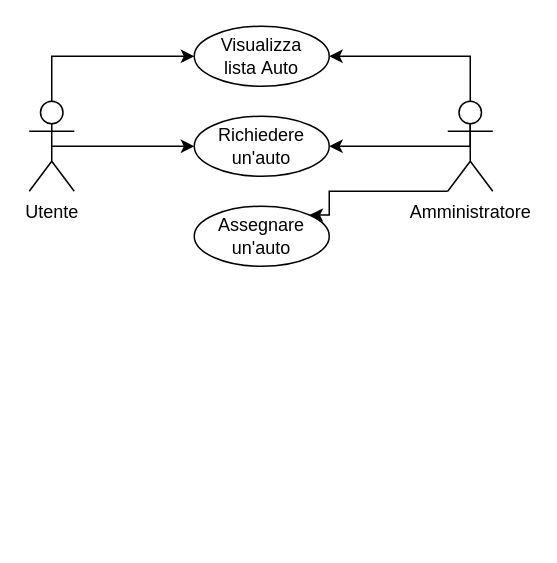
RealDoc06/GPOI_carSharing keeps this draw.io diagram as diagramma_uso.drawio. Above is the earlier version. Source tidied: cells renumbered, new cells numbered last; positions are measured from the earlier drawing's top-left corner, leaving out a move shared by most shapes. Both pictures are drawn from the tidied source at 150%, with x=0, y=0 at pixel (28, 26).
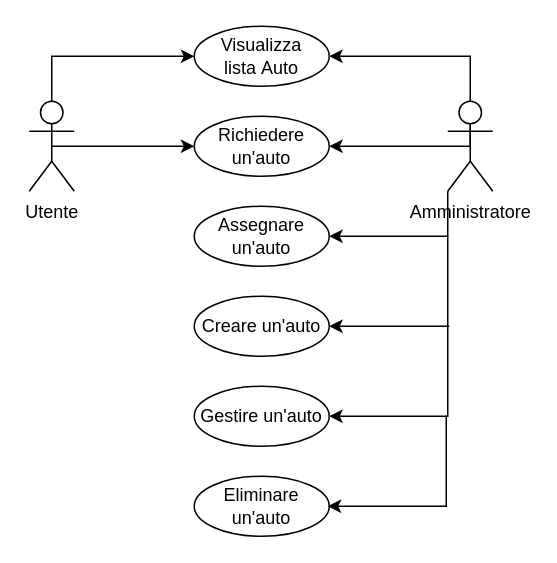
The same page after the edit.

Commit message:
Aggiornato lo schema

The change refers to these unchanged cells:
```xml
<mxCell id="7" value="Amministratore" style="shape=umlActor;verticalLabelPosition=bottom;verticalAlign=top;html=1;" parent="1" vertex="1">
  <mxGeometry x="279" y="50" width="30" height="60" as="geometry" />
</mxCell>
<mxCell id="10" value="Assegnare un'auto" style="ellipse;whiteSpace=wrap;html=1;" parent="1" vertex="1">
  <mxGeometry x="110" y="120" width="90" height="40" as="geometry" />
</mxCell>
```

What changed in the source:
```diff
@@
-    <mxCell id="6" style="edgeStyle=orthogonalEdgeStyle;rounded=0;jettySize=auto;html=1;exitX=0;exitY=1;exitDx=0;exitDy=0;exitPerimeter=0;entryX=1;entryY=0;entryDx=0;entryDy=0;" parent="1" edge="1" source="7" target="10">
+    <mxCell id="6" style="edgeStyle=orthogonalEdgeStyle;rounded=0;jettySize=auto;html=1;entryX=1;entryY=0.5;entryDx=0;entryDy=0;exitX=0;exitY=1;exitDx=0;exitDy=0;exitPerimeter=0;" parent="1" edge="1" source="7" target="10">
       <mxGeometry relative="1" as="geometry">
         <Array as="points">
-          <mxPoint x="200" y="110" />
-          <mxPoint x="200" y="126" />
+          <mxPoint x="279" y="140" />
         </Array>
       </mxGeometry>
     </mxCell>
@@
+    <mxCell id="12" value="Creare un'auto" style="ellipse;whiteSpace=wrap;html=1;" parent="1" vertex="1">
+      <mxGeometry x="110" y="180" width="90" height="40" as="geometry" />
+    </mxCell>
+    <mxCell id="13" value="Gestire un'auto" style="ellipse;whiteSpace=wrap;html=1;" parent="1" vertex="1">
+      <mxGeometry x="110" y="240" width="90" height="40" as="geometry" />
+    </mxCell>
+    <mxCell id="14" style="edgeStyle=orthogonalEdgeStyle;rounded=0;orthogonalLoop=1;jettySize=auto;html=1;exitX=0;exitY=1;exitDx=0;exitDy=0;exitPerimeter=0;entryX=0.003;entryY=0.998;entryDx=0;entryDy=0;entryPerimeter=0;" parent="1" edge="1" source="7" target="7">
+      <mxGeometry relative="1" as="geometry" />
+    </mxCell>
+    <mxCell id="15" style="edgeStyle=orthogonalEdgeStyle;rounded=0;orthogonalLoop=1;jettySize=auto;html=1;entryX=1;entryY=0.5;entryDx=0;entryDy=0;" parent="1" edge="1">
+      <mxGeometry relative="1" as="geometry">
+        <mxPoint x="279" y="140" as="sourcePoint" />
+        <mxPoint x="200" y="200" as="targetPoint" />
+        <Array as="points">
+          <mxPoint x="279" y="200" />
+        </Array>
+      </mxGeometry>
+    </mxCell>
+    <mxCell id="16" style="edgeStyle=orthogonalEdgeStyle;rounded=0;orthogonalLoop=1;jettySize=auto;html=1;entryX=1;entryY=0.5;entryDx=0;entryDy=0;" parent="1" edge="1">
+      <mxGeometry relative="1" as="geometry">
+        <mxPoint x="280" y="200" as="sourcePoint" />
+        <mxPoint x="200" y="260" as="targetPoint" />
+        <Array as="points">
+          <mxPoint x="279" y="260" />
+        </Array>
+      </mxGeometry>
+    </mxCell>
+    <mxCell id="17" value="Eliminare un'auto" style="ellipse;whiteSpace=wrap;html=1;" parent="1" vertex="1">
+      <mxGeometry x="110" y="300" width="90" height="40" as="geometry" />
+    </mxCell>
+    <mxCell id="18" style="edgeStyle=orthogonalEdgeStyle;rounded=0;orthogonalLoop=1;jettySize=auto;html=1;entryX=1;entryY=0.5;entryDx=0;entryDy=0;" parent="1" edge="1">
+      <mxGeometry relative="1" as="geometry">
+        <mxPoint x="279" y="260" as="sourcePoint" />
+        <mxPoint x="199" y="320" as="targetPoint" />
+        <Array as="points">
+          <mxPoint x="278" y="320" />
+        </Array>
+      </mxGeometry>
+    </mxCell>
```
